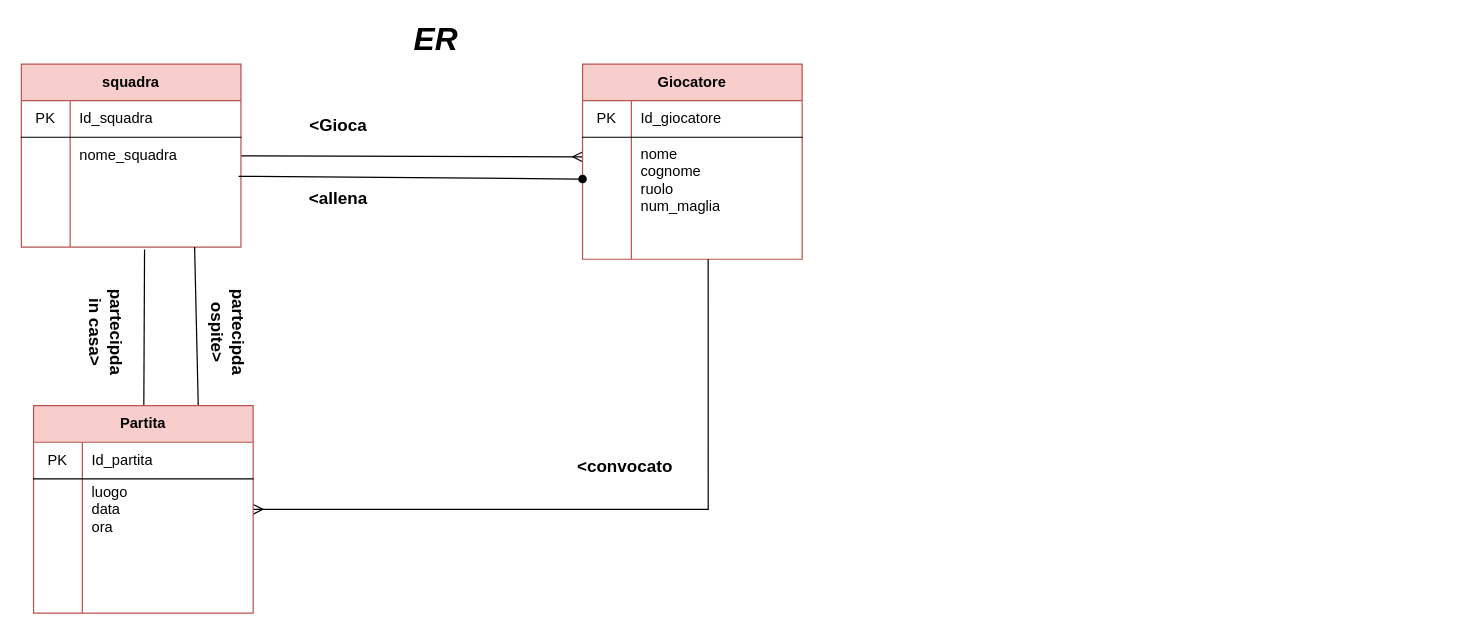
This is page "ER" (1 of 3) of CALCIOTTO.drawio from giuliacangani02/Calciotto, a draw.io file, before an edit. Source tidied: cells renumbered, new cells numbered last; positions are measured from the earlier drawing's top-left corner, leaving out a move shared by most shapes. Both pictures are drawn from the tidied source at 122%, with x=0, y=0 at pixel (21, 27).
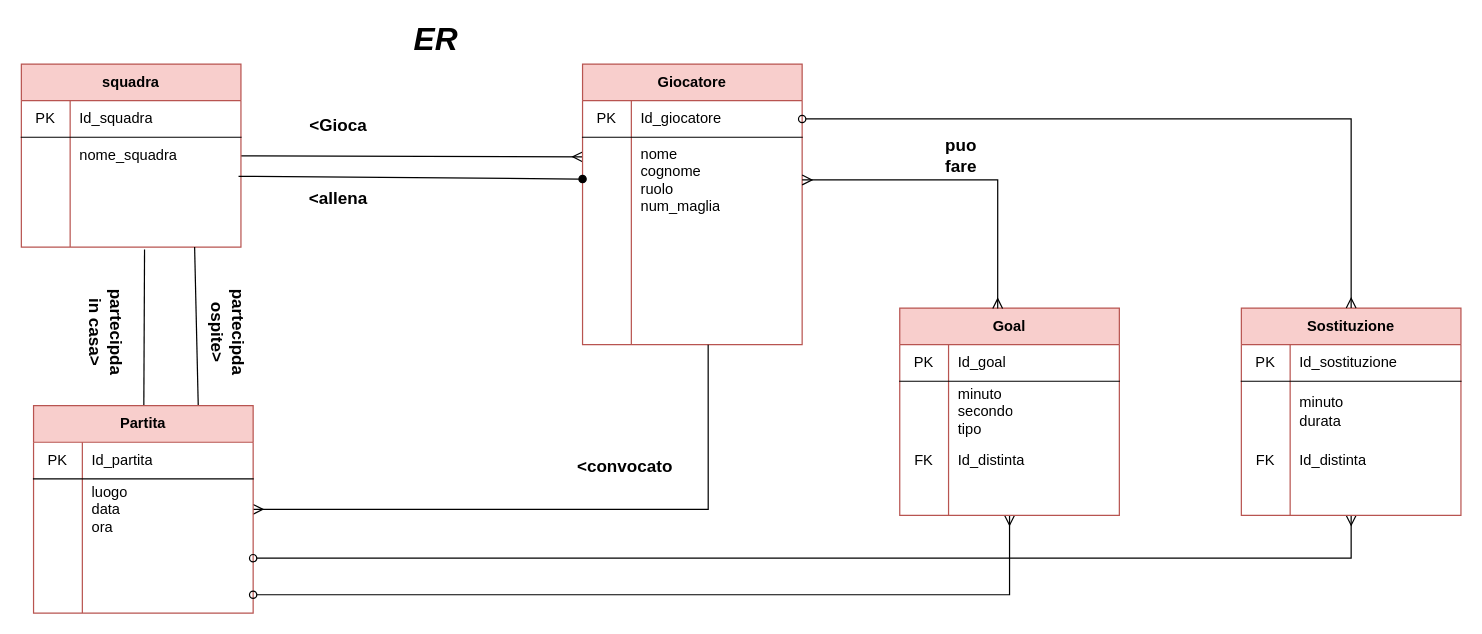
The same diagram, later.

Unchanged cells that the change refers to:
```xml
<mxCell id="17" style="shape=partialRectangle;html=1;whiteSpace=wrap;fillColor=none;top=0;left=0;bottom=1;right=0;points=[[0,0.5],[1,0.5]];portConstraint=eastwest;" parent="16" vertex="1">
  <mxGeometry y="30" width="180" height="30" as="geometry" />
</mxCell>
<mxCell id="20" style="shape=partialRectangle;html=1;whiteSpace=wrap;fillColor=none;top=0;left=0;bottom=0;right=0;points=[[0,0.5],[1,0.5]];portConstraint=eastwest;" parent="16" vertex="1">
  <mxGeometry y="60" width="180" height="70" as="geometry" />
</mxCell>
<mxCell id="39" style="shape=partialRectangle;html=1;whiteSpace=wrap;fillColor=none;top=0;left=0;bottom=0;right=0;points=[[0,0.5],[1,0.5]];portConstraint=eastwest;" parent="32" vertex="1">
  <mxGeometry y="110" width="180" height="30" as="geometry" />
</mxCell>
<mxCell id="42" style="shape=partialRectangle;html=1;whiteSpace=wrap;fillColor=none;top=0;left=0;bottom=0;right=0;points=[[0,0.5],[1,0.5]];portConstraint=eastwest;" parent="32" vertex="1">
  <mxGeometry y="140" width="180" height="30" as="geometry" />
</mxCell>
```

What changed in the source:
```diff
@@
     <mxCell id="16" value="Giocatore" style="shape=table;html=1;whiteSpace=wrap;startSize=30;childLayout=tableLayout;rowLines=0;fontStyle=1;align=center;fillColor=#f8cecc;strokeColor=#b85450;" parent="1" vertex="1">
-      <mxGeometry x="460" y="30" width="180" height="160" as="geometry" />
+      <mxGeometry x="460" y="30" width="180" height="230" as="geometry" />
     </mxCell>
@@
+    <mxCell id="49" style="shape=partialRectangle;html=1;whiteSpace=wrap;fillColor=none;top=0;left=0;bottom=0;right=0;" parent="16" vertex="1">
+      <mxGeometry y="130" width="180" height="70" as="geometry" />
+    </mxCell>
+    <mxCell id="50" style="shape=partialRectangle;html=1;whiteSpace=wrap;fillColor=none;top=0;left=0;bottom=0;right=0;overflow=hidden;" parent="49" vertex="1">
+      <mxGeometry width="40" height="70" as="geometry" />
+    </mxCell>
+    <mxCell id="51" style="shape=partialRectangle;html=1;whiteSpace=wrap;fillColor=none;top=0;left=0;bottom=0;right=0;align=left;spacingLeft=6;overflow=hidden;" parent="49" vertex="1">
+      <mxGeometry x="40" width="140" height="70" as="geometry" />
+    </mxCell>
     <mxCell id="23" style="shape=partialRectangle;html=1;whiteSpace=wrap;fillColor=none;top=0;left=0;bottom=0;right=0;points=[[0,0.5],[1,0.5]];portConstraint=eastwest;" parent="16" vertex="1">
-      <mxGeometry y="130" width="180" height="30" as="geometry" />
+      <mxGeometry y="200" width="180" height="30" as="geometry" />
     </mxCell>
@@
+    <mxCell id="52" style="edgeStyle=orthogonalEdgeStyle;rounded=0;jettySize=auto;html=1;entryX=1;entryY=0.5;entryDx=0;entryDy=0;startArrow=ERmany;startFill=0;endArrow=oval;endFill=0;fontSize=14;" parent="1" edge="1" source="53" target="42">
+      <mxGeometry relative="1" as="geometry" />
+    </mxCell>
+    <mxCell id="53" value="Goal" style="shape=table;html=1;whiteSpace=wrap;startSize=30;childLayout=tableLayout;rowLines=0;fontStyle=1;align=center;fillColor=#f8cecc;strokeColor=#b85450;" parent="1" vertex="1">
+      <mxGeometry x="720" y="230" width="180" height="170" as="geometry" />
+    </mxCell>
+    <mxCell id="54" style="shape=partialRectangle;html=1;whiteSpace=wrap;fillColor=none;top=0;left=0;bottom=1;right=0;" parent="53" vertex="1">
+      <mxGeometry y="30" width="180" height="30" as="geometry" />
+    </mxCell>
+    <mxCell id="55" value="PK" style="shape=partialRectangle;html=1;whiteSpace=wrap;fillColor=none;top=0;left=0;bottom=0;right=0;overflow=hidden;" parent="54" vertex="1">
+      <mxGeometry width="40" height="30" as="geometry" />
+    </mxCell>
+    <mxCell id="56" value="Id_goal" style="shape=partialRectangle;html=1;whiteSpace=wrap;fillColor=none;top=0;left=0;bottom=0;right=0;align=left;spacingLeft=6;overflow=hidden;" parent="54" vertex="1">
+      <mxGeometry x="40" width="140" height="30" as="geometry" />
+    </mxCell>
+    <mxCell id="57" style="shape=partialRectangle;html=1;whiteSpace=wrap;fillColor=none;top=0;left=0;bottom=0;right=0;" parent="53" vertex="1">
+      <mxGeometry y="60" width="180" height="50" as="geometry" />
+    </mxCell>
+    <mxCell id="58" style="shape=partialRectangle;html=1;whiteSpace=wrap;fillColor=none;top=0;left=0;bottom=0;right=0;overflow=hidden;" parent="57" vertex="1">
+      <mxGeometry width="40" height="50" as="geometry" />
+    </mxCell>
+    <mxCell id="59" value="minuto&lt;br&gt;secondo&lt;br&gt;tipo" style="shape=partialRectangle;html=1;whiteSpace=wrap;fillColor=none;top=0;left=0;bottom=0;right=0;align=left;spacingLeft=6;overflow=hidden;" parent="57" vertex="1">
+      <mxGeometry x="40" width="140" height="50" as="geometry" />
+    </mxCell>
+    <mxCell id="60" style="shape=partialRectangle;html=1;whiteSpace=wrap;fillColor=none;top=0;left=0;bottom=0;right=0;" parent="53" vertex="1">
+      <mxGeometry y="110" width="180" height="30" as="geometry" />
+    </mxCell>
+    <mxCell id="61" value="FK" style="shape=partialRectangle;html=1;whiteSpace=wrap;fillColor=none;top=0;left=0;bottom=0;right=0;overflow=hidden;" parent="60" vertex="1">
+      <mxGeometry width="40" height="30" as="geometry" />
+    </mxCell>
+    <mxCell id="62" value="Id_distinta" style="shape=partialRectangle;html=1;whiteSpace=wrap;fillColor=none;top=0;left=0;bottom=0;right=0;align=left;spacingLeft=6;overflow=hidden;" parent="60" vertex="1">
+      <mxGeometry x="40" width="140" height="30" as="geometry" />
+    </mxCell>
+    <mxCell id="63" style="shape=partialRectangle;html=1;whiteSpace=wrap;fillColor=none;top=0;left=0;bottom=0;right=0;" parent="53" vertex="1">
+      <mxGeometry y="140" width="180" height="30" as="geometry" />
+    </mxCell>
+    <mxCell id="64" style="shape=partialRectangle;html=1;whiteSpace=wrap;fillColor=none;top=0;left=0;bottom=0;right=0;overflow=hidden;" parent="63" vertex="1">
+      <mxGeometry width="40" height="30" as="geometry" />
+    </mxCell>
+    <mxCell id="65" style="shape=partialRectangle;html=1;whiteSpace=wrap;fillColor=none;top=0;left=0;bottom=0;right=0;align=left;spacingLeft=6;overflow=hidden;" parent="63" vertex="1">
+      <mxGeometry x="40" width="140" height="30" as="geometry" />
+    </mxCell>
+    <mxCell id="66" style="edgeStyle=orthogonalEdgeStyle;rounded=0;jettySize=auto;html=1;entryX=1;entryY=0.5;entryDx=0;entryDy=0;startArrow=ERmany;startFill=0;endArrow=oval;endFill=0;fontSize=14;" parent="1" edge="1" source="67" target="39">
+      <mxGeometry relative="1" as="geometry" />
+    </mxCell>
+    <mxCell id="67" value="Sostituzione" style="shape=table;html=1;whiteSpace=wrap;startSize=30;childLayout=tableLayout;rowLines=0;fontStyle=1;align=center;fillColor=#f8cecc;strokeColor=#b85450;" parent="1" vertex="1">
+      <mxGeometry x="1000" y="230" width="180" height="170" as="geometry" />
+    </mxCell>
+    <mxCell id="68" style="shape=partialRectangle;html=1;whiteSpace=wrap;fillColor=none;top=0;left=0;bottom=1;right=0;" parent="67" vertex="1">
+      <mxGeometry y="30" width="180" height="30" as="geometry" />
+    </mxCell>
+    <mxCell id="69" value="PK" style="shape=partialRectangle;html=1;whiteSpace=wrap;fillColor=none;top=0;left=0;bottom=0;right=0;overflow=hidden;" parent="68" vertex="1">
+      <mxGeometry width="40" height="30" as="geometry" />
+    </mxCell>
+    <mxCell id="70" value="Id_sostituzione" style="shape=partialRectangle;html=1;whiteSpace=wrap;fillColor=none;top=0;left=0;bottom=0;right=0;align=left;spacingLeft=6;overflow=hidden;" parent="68" vertex="1">
+      <mxGeometry x="40" width="140" height="30" as="geometry" />
+    </mxCell>
+    <mxCell id="71" style="shape=partialRectangle;html=1;whiteSpace=wrap;fillColor=none;top=0;left=0;bottom=0;right=0;" parent="67" vertex="1">
+      <mxGeometry y="60" width="180" height="50" as="geometry" />
+    </mxCell>
+    <mxCell id="72" style="shape=partialRectangle;html=1;whiteSpace=wrap;fillColor=none;top=0;left=0;bottom=0;right=0;overflow=hidden;" parent="71" vertex="1">
+      <mxGeometry width="40" height="50" as="geometry" />
+    </mxCell>
+    <mxCell id="73" value="minuto&lt;br&gt;durata" style="shape=partialRectangle;html=1;whiteSpace=wrap;fillColor=none;top=0;left=0;bottom=0;right=0;align=left;spacingLeft=6;overflow=hidden;" parent="71" vertex="1">
+      <mxGeometry x="40" width="140" height="50" as="geometry" />
+    </mxCell>
+    <mxCell id="74" style="shape=partialRectangle;html=1;whiteSpace=wrap;fillColor=none;top=0;left=0;bottom=0;right=0;" parent="67" vertex="1">
+      <mxGeometry y="110" width="180" height="30" as="geometry" />
+    </mxCell>
+    <mxCell id="75" value="FK" style="shape=partialRectangle;html=1;whiteSpace=wrap;fillColor=none;top=0;left=0;bottom=0;right=0;overflow=hidden;" parent="74" vertex="1">
+      <mxGeometry width="40" height="30" as="geometry" />
+    </mxCell>
+    <mxCell id="76" value="Id_distinta" style="shape=partialRectangle;html=1;whiteSpace=wrap;fillColor=none;top=0;left=0;bottom=0;right=0;align=left;spacingLeft=6;overflow=hidden;" parent="74" vertex="1">
+      <mxGeometry x="40" width="140" height="30" as="geometry" />
+    </mxCell>
+    <mxCell id="77" style="shape=partialRectangle;html=1;whiteSpace=wrap;fillColor=none;top=0;left=0;bottom=0;right=0;" parent="67" vertex="1">
+      <mxGeometry y="140" width="180" height="30" as="geometry" />
+    </mxCell>
+    <mxCell id="78" style="shape=partialRectangle;html=1;whiteSpace=wrap;fillColor=none;top=0;left=0;bottom=0;right=0;overflow=hidden;" parent="77" vertex="1">
+      <mxGeometry width="40" height="30" as="geometry" />
+    </mxCell>
+    <mxCell id="79" style="shape=partialRectangle;html=1;whiteSpace=wrap;fillColor=none;top=0;left=0;bottom=0;right=0;align=left;spacingLeft=6;overflow=hidden;" parent="77" vertex="1">
+      <mxGeometry x="40" width="140" height="30" as="geometry" />
+    </mxCell>
+    <mxCell id="80" style="edgeStyle=orthogonalEdgeStyle;rounded=0;jettySize=auto;html=1;entryX=0.446;entryY=0.002;entryDx=0;entryDy=0;entryPerimeter=0;startArrow=ERmany;startFill=0;endArrow=ERmany;endFill=0;" parent="1" edge="1" source="20" target="53">
+      <mxGeometry relative="1" as="geometry" />
+    </mxCell>
+    <mxCell id="81" value="puo fare" style="text;html=1;strokeColor=none;fillColor=none;align=center;verticalAlign=middle;whiteSpace=wrap;rounded=0;fontStyle=1;fontSize=14;" parent="1" vertex="1">
+      <mxGeometry x="744" y="95" width="53" height="20" as="geometry" />
+    </mxCell>
+    <mxCell id="82" style="edgeStyle=orthogonalEdgeStyle;rounded=0;jettySize=auto;html=1;startArrow=oval;startFill=0;endArrow=ERmany;endFill=0;fontSize=14;" parent="1" edge="1" source="17" target="67">
+      <mxGeometry relative="1" as="geometry" />
+    </mxCell>
```
